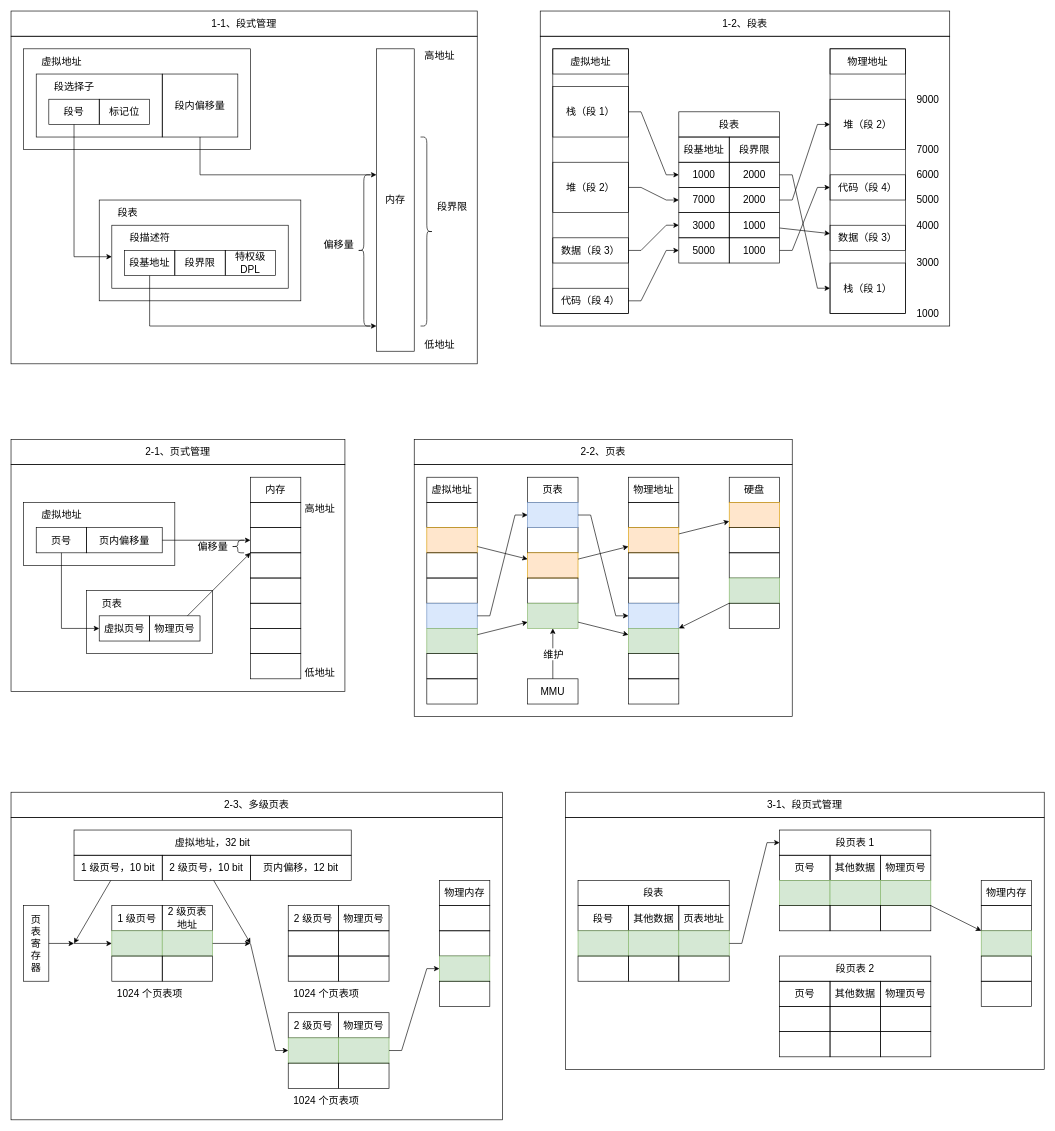
The draw.io diagram drawio/computer-science/operating-system/memory/virtual-memory.drawio in KelipuTe/old.github.io, before the edit. Source tidied: cells renumbered, new cells numbered last; positions are measured from the earlier drawing's top-left corner, leaving out a move shared by most shapes. Both pictures are drawn from the tidied source at 63%, with x=0, y=0 at pixel (11, 11).
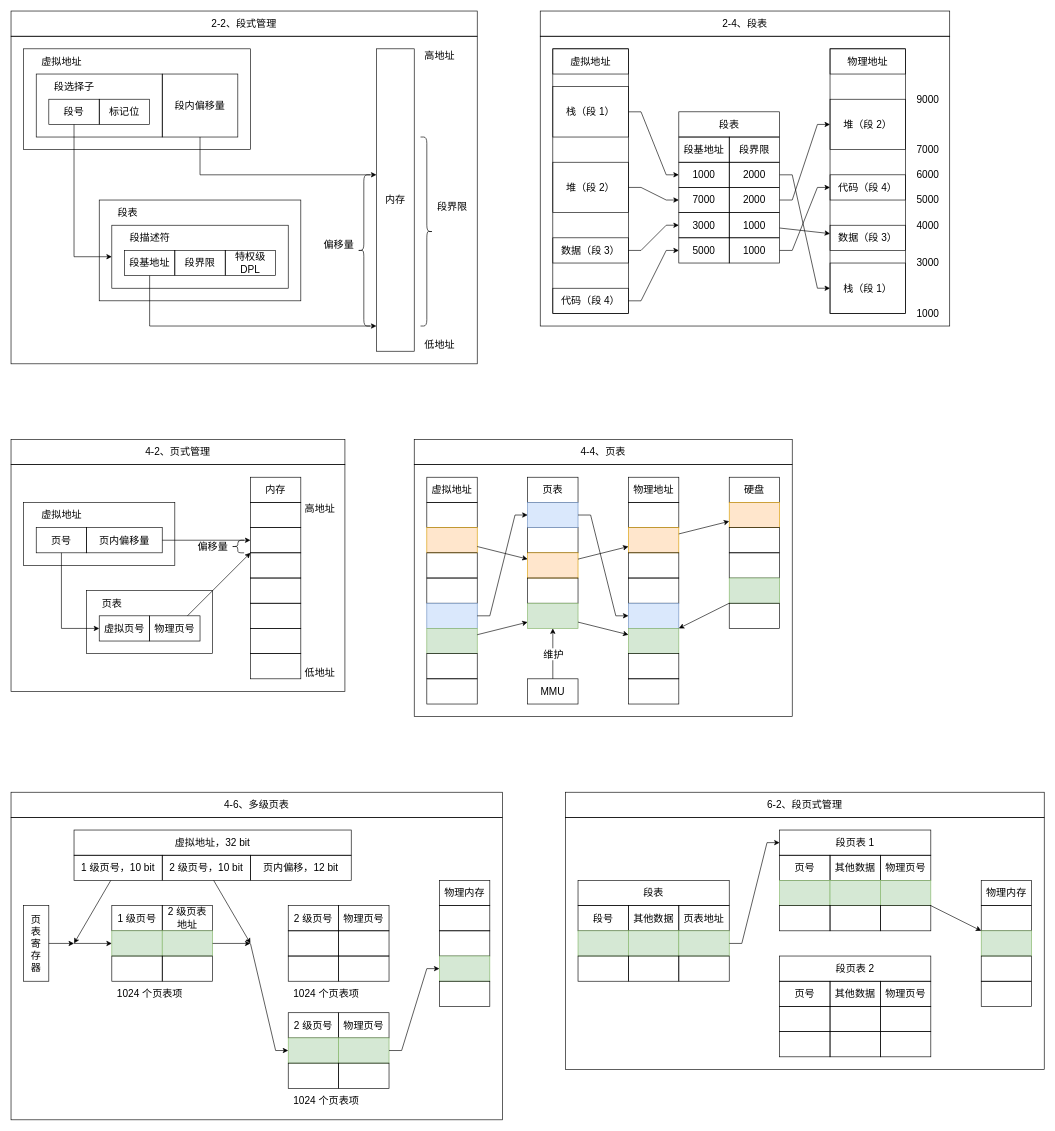
After the change.

Change to the diagram source:
```diff
@@
-    <mxCell id="5" value="2-1、页式管理" style="whiteSpace=wrap;html=1;fontSize=16;strokeColor=default;fillColor=none;" parent="1" vertex="1">
+    <mxCell id="5" value="4-2、页式管理" style="whiteSpace=wrap;html=1;fontSize=16;strokeColor=default;fillColor=none;" parent="1" vertex="1">
       <mxGeometry y="680" width="530" height="40" as="geometry" />
     </mxCell>
@@
-    <mxCell id="29" value="2-2、页表" style="rounded=0;whiteSpace=wrap;html=1;fontSize=16;strokeColor=default;fillColor=none;" parent="1" vertex="1">
+    <mxCell id="29" value="4-4、页表" style="rounded=0;whiteSpace=wrap;html=1;fontSize=16;strokeColor=default;fillColor=none;" parent="1" vertex="1">
       <mxGeometry x="640" y="680" width="600" height="40" as="geometry" />
     </mxCell>
@@
-    <mxCell id="109" value="3-1、段页式管理" style="rounded=0;whiteSpace=wrap;html=1;fontSize=16;strokeColor=default;fillColor=none;" parent="1" vertex="1">
+    <mxCell id="109" value="6-2、段页式管理" style="rounded=0;whiteSpace=wrap;html=1;fontSize=16;strokeColor=default;fillColor=none;" parent="1" vertex="1">
       <mxGeometry x="880" y="1240" width="760" height="40" as="geometry" />
     </mxCell>
@@
-    <mxCell id="111" value="1-1、段式管理" style="rounded=0;whiteSpace=wrap;html=1;fontSize=16;strokeColor=default;fillColor=none;" parent="1" vertex="1">
+    <mxCell id="111" value="2-2、段式管理" style="rounded=0;whiteSpace=wrap;html=1;fontSize=16;strokeColor=default;fillColor=none;" parent="1" vertex="1">
       <mxGeometry width="740" height="40" as="geometry" />
     </mxCell>
@@
-    <mxCell id="136" value="1-2、段表" style="rounded=0;whiteSpace=wrap;html=1;fontSize=16;strokeColor=default;fillColor=none;" parent="1" vertex="1">
+    <mxCell id="136" value="2-4、段表" style="rounded=0;whiteSpace=wrap;html=1;fontSize=16;strokeColor=default;fillColor=none;" parent="1" vertex="1">
       <mxGeometry x="840" width="650" height="40" as="geometry" />
     </mxCell>
@@
-    <mxCell id="176" value="2-3、多级页表" style="rounded=0;whiteSpace=wrap;html=1;fontSize=16;strokeColor=default;fillColor=none;" parent="1" vertex="1">
+    <mxCell id="176" value="4-6、多级页表" style="rounded=0;whiteSpace=wrap;html=1;fontSize=16;strokeColor=default;fillColor=none;" parent="1" vertex="1">
       <mxGeometry y="1240" width="780" height="40" as="geometry" />
     </mxCell>
```
